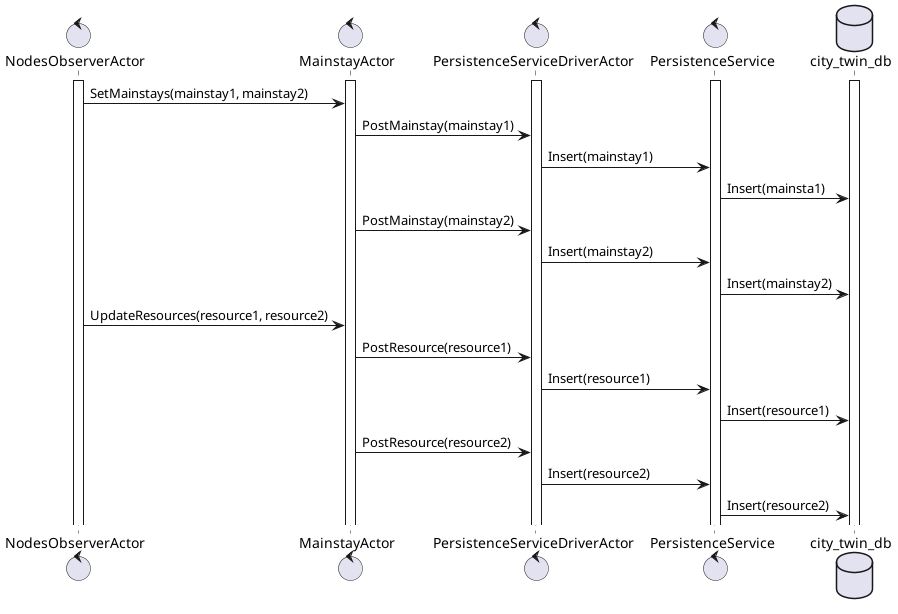
This is assets/images/core-nodes-state-sequence-diagram.png from FilippoVissani/CityTwin-report, a PlantUML export, as it was before one commit.
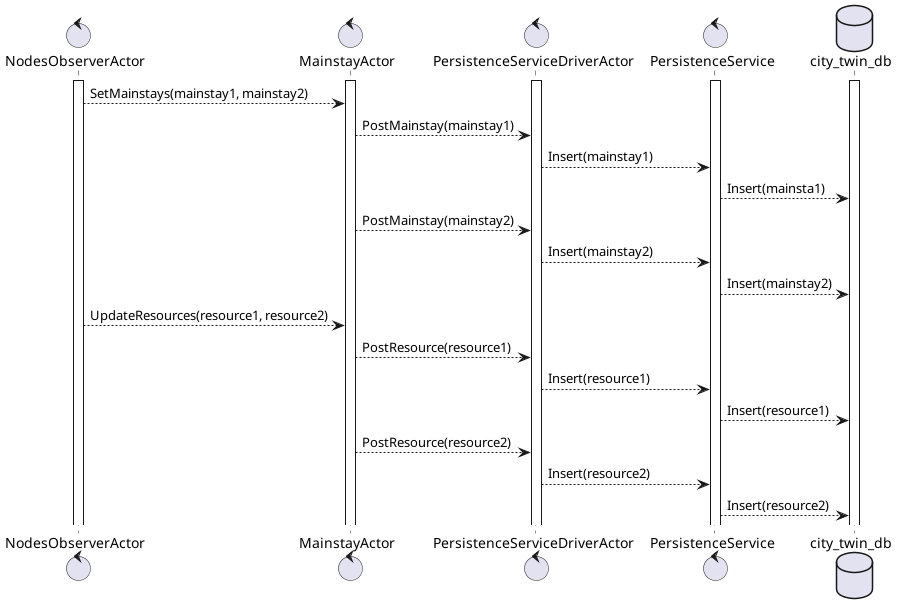
The same file after the commit.

Commit message:
fix: fix arrow in sequence diagrams

What changed in the source:
```diff
@@ -12,20 +12,20 @@
 activate PersistenceService
 activate city_twin_db
 
-NodesObserverActor -> MainstayActor : SetMainstays(mainstay1, mainstay2)
-MainstayActor -> PersistenceServiceDriverActor : PostMainstay(mainstay1)
-PersistenceServiceDriverActor -> PersistenceService : Insert(mainstay1)
-PersistenceService -> city_twin_db : Insert(mainsta1)
-MainstayActor -> PersistenceServiceDriverActor : PostMainstay(mainstay2)
-PersistenceServiceDriverActor -> PersistenceService : Insert(mainstay2)
-PersistenceService -> city_twin_db : Insert(mainstay2)
+NodesObserverActor --> MainstayActor : SetMainstays(mainstay1, mainstay2)
+MainstayActor --> PersistenceServiceDriverActor : PostMainstay(mainstay1)
+PersistenceServiceDriverActor --> PersistenceService : Insert(mainstay1)
+PersistenceService --> city_twin_db : Insert(mainsta1)
+MainstayActor --> PersistenceServiceDriverActor : PostMainstay(mainstay2)
+PersistenceServiceDriverActor --> PersistenceService : Insert(mainstay2)
+PersistenceService --> city_twin_db : Insert(mainstay2)
 
-NodesObserverActor -> MainstayActor : UpdateResources(resource1, resource2)
-MainstayActor -> PersistenceServiceDriverActor : PostResource(resource1)
-PersistenceServiceDriverActor -> PersistenceService : Insert(resource1)
-PersistenceService -> city_twin_db : Insert(resource1)
-MainstayActor -> PersistenceServiceDriverActor : PostResource(resource2)
-PersistenceServiceDriverActor -> PersistenceService : Insert(resource2)
-PersistenceService -> city_twin_db : Insert(resource2)
+NodesObserverActor --> MainstayActor : UpdateResources(resource1, resource2)
+MainstayActor --> PersistenceServiceDriverActor : PostResource(resource1)
+PersistenceServiceDriverActor --> PersistenceService : Insert(resource1)
+PersistenceService --> city_twin_db : Insert(resource1)
+MainstayActor --> PersistenceServiceDriverActor : PostResource(resource2)
+PersistenceServiceDriverActor --> PersistenceService : Insert(resource2)
+PersistenceService --> city_twin_db : Insert(resource2)
 
 @enduml
```
